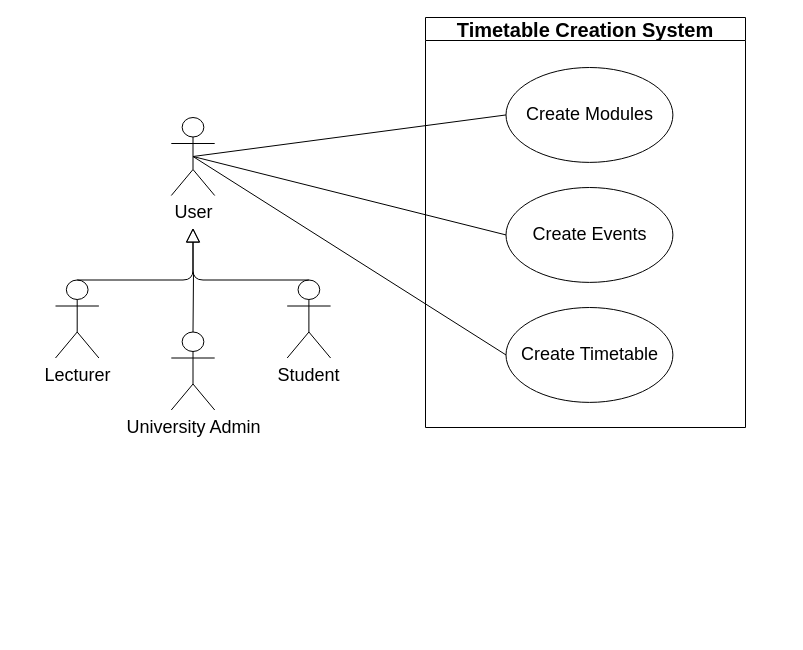
The draw.io diagram page "Timetable Creation System" (3 of 12) of docs/diagrams/requirements/Requirements.drawio in COS301-SE-2026/UMTAS, before the edit. Source tidied: cells renumbered, new cells numbered last; positions are measured from the earlier drawing's top-left corner, leaving out a move shared by most shapes. Both pictures are drawn from the tidied source at 100%, with x=0, y=0 at pixel (55, 17).
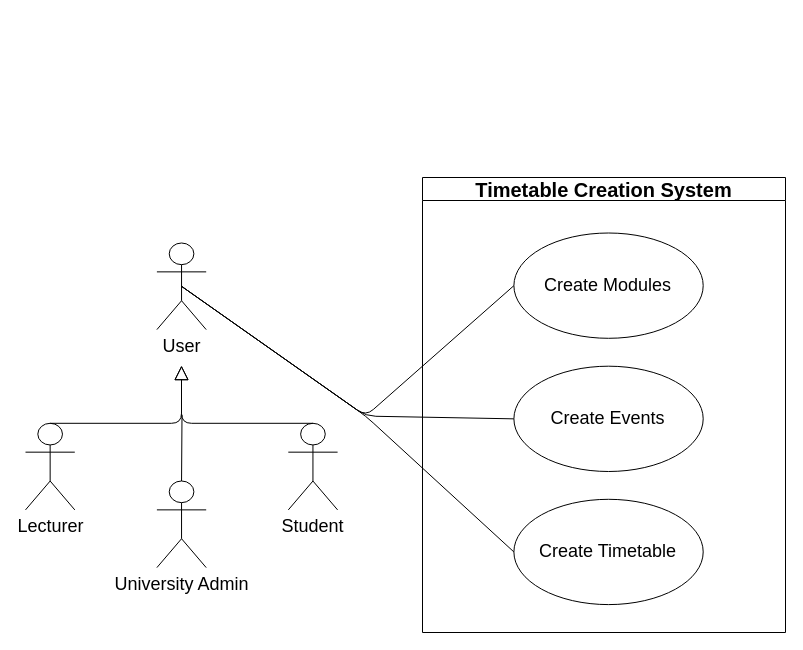
Above is the later version.

Diff of the diagram source:
```diff
@@
-    <mxCell id="2" style="group;" parent="1" vertex="1">
-      <mxGeometry width="690" height="410" as="geometry" />
-    </mxCell>
+    <mxCell id="17" style="group;" parent="1" vertex="1">
+      <mxGeometry x="-30" y="160" width="760" height="455" as="geometry" />
+    </mxCell>
-    <mxCell id="3" value="&lt;font style=&quot;font-size: 20px;&quot;&gt;Timetable Creation System&lt;/font&gt;" style="swimlane;whiteSpace=wrap;html=1;" parent="2" vertex="1">
-      <mxGeometry x="370" width="320" height="410" as="geometry" />
+    <mxCell id="3" value="&lt;font style=&quot;font-size: 20px;&quot;&gt;Timetable Creation System&lt;/font&gt;" style="swimlane;whiteSpace=wrap;html=1;" parent="17" vertex="1">
+      <mxGeometry x="397" width="363" height="455" as="geometry" />
     </mxCell>
-    <mxCell id="4" value="&lt;font style=&quot;font-size: 18px;&quot;&gt;Create Modules&lt;/font&gt;" style="ellipse;whiteSpace=wrap;html=1;" parent="3" vertex="1">
-      <mxGeometry x="80.5" y="50" width="166.9" height="94.9" as="geometry" />
-    </mxCell>
-    <mxCell id="5" value="&lt;font style=&quot;font-size: 18px;&quot;&gt;Create Timetable&lt;/font&gt;" style="ellipse;whiteSpace=wrap;html=1;" parent="3" vertex="1">
-      <mxGeometry x="80.5" y="290" width="166.9" height="94.9" as="geometry" />
-    </mxCell>
-    <mxCell id="6" value="&lt;font style=&quot;font-size: 18px;&quot;&gt;Create Events&lt;/font&gt;" style="ellipse;whiteSpace=wrap;html=1;" parent="3" vertex="1">
-      <mxGeometry x="80.5" y="170" width="166.9" height="94.9" as="geometry" />
-    </mxCell>
-    <mxCell id="7" style="endArrow=none;html=1;exitX=0.5;exitY=0.5;exitDx=0;exitDy=0;exitPerimeter=0;entryX=0;entryY=0.5;entryDx=0;entryDy=0;" parent="2" edge="1" source="9" target="5">
-      <mxGeometry relative="1" as="geometry" />
+    <mxCell id="7" style="endArrow=none;html=1;exitX=0.5;exitY=0.5;exitDx=0;exitDy=0;exitPerimeter=0;entryX=0;entryY=0.5;entryDx=0;entryDy=0;" parent="17" edge="1" source="9" target="5">
+      <mxGeometry relative="1" as="geometry">
+        <Array as="points">
+          <mxPoint x="340.3" y="238.6" />
+        </Array>
+      </mxGeometry>
     </mxCell>
-    <mxCell id="8" style="endArrow=none;html=1;exitX=0.5;exitY=0;exitDx=0;exitDy=0;exitPerimeter=0;" parent="2" edge="1" source="11">
+    <mxCell id="8" style="endArrow=none;html=1;exitX=0.5;exitY=0;exitDx=0;exitDy=0;exitPerimeter=0;" parent="17" edge="1" source="11">
       <mxGeometry relative="1" as="geometry">
-        <mxPoint x="138" y="255.1" as="targetPoint" />
+        <mxPoint x="156.5" y="237.6" as="targetPoint" />
       </mxGeometry>
     </mxCell>
-    <mxCell id="9" value="&lt;font style=&quot;font-size: 18px;&quot;&gt;User&lt;/font&gt;" style="shape=umlActor;verticalLabelPosition=bottom;verticalAlign=top;html=1;outlineConnect=0;" parent="2" vertex="1">
-      <mxGeometry x="115.8" y="100" width="43.4" height="78" as="geometry" />
+    <mxCell id="9" value="&lt;font style=&quot;font-size: 18px;&quot;&gt;User&lt;/font&gt;" style="shape=umlActor;verticalLabelPosition=bottom;verticalAlign=top;html=1;outlineConnect=0;" parent="17" vertex="1">
+      <mxGeometry x="131.4" y="65.5" width="49.3" height="86.6" as="geometry" />
     </mxCell>
-    <mxCell id="10" value="&lt;font style=&quot;font-size: 18px;&quot;&gt;Lecturer&lt;/font&gt;" style="shape=umlActor;verticalLabelPosition=bottom;verticalAlign=top;html=1;outlineConnect=0;" parent="2" vertex="1">
-      <mxGeometry y="262.5" width="43.4" height="78" as="geometry" />
+    <mxCell id="10" value="&lt;font style=&quot;font-size: 18px;&quot;&gt;Lecturer&lt;/font&gt;" style="shape=umlActor;verticalLabelPosition=bottom;verticalAlign=top;html=1;outlineConnect=0;" parent="17" vertex="1">
+      <mxGeometry y="245.8" width="49.3" height="86.6" as="geometry" />
     </mxCell>
-    <mxCell id="11" value="&lt;font style=&quot;font-size: 18px;&quot;&gt;University Admin&lt;/font&gt;" style="shape=umlActor;verticalLabelPosition=bottom;verticalAlign=top;html=1;outlineConnect=0;" parent="2" vertex="1">
-      <mxGeometry x="115.8" y="314.5" width="43.4" height="78" as="geometry" />
+    <mxCell id="11" value="&lt;font style=&quot;font-size: 18px;&quot;&gt;University Admin&lt;/font&gt;" style="shape=umlActor;verticalLabelPosition=bottom;verticalAlign=top;html=1;outlineConnect=0;" parent="17" vertex="1">
+      <mxGeometry x="131.4" y="303.5" width="49.3" height="86.6" as="geometry" />
     </mxCell>
-    <mxCell id="12" value="&lt;font style=&quot;font-size: 18px;&quot;&gt;Student&lt;/font&gt;" style="shape=umlActor;verticalLabelPosition=bottom;verticalAlign=top;html=1;outlineConnect=0;" parent="2" vertex="1">
-      <mxGeometry x="231.7" y="262.5" width="43.4" height="78" as="geometry" />
+    <mxCell id="12" value="&lt;font style=&quot;font-size: 18px;&quot;&gt;Student&lt;/font&gt;" style="shape=umlActor;verticalLabelPosition=bottom;verticalAlign=top;html=1;outlineConnect=0;" parent="17" vertex="1">
+      <mxGeometry x="262.8" y="245.8" width="49.3" height="86.6" as="geometry" />
     </mxCell>
-    <mxCell id="13" style="edgeStyle=none;html=1;endSize=12;endArrow=block;endFill=0;exitX=0.5;exitY=0;exitDx=0;exitDy=0;exitPerimeter=0;" parent="2" edge="1" source="10">
+    <mxCell id="13" style="edgeStyle=none;html=1;endSize=12;endArrow=block;endFill=0;exitX=0.5;exitY=0;exitDx=0;exitDy=0;exitPerimeter=0;" parent="17" edge="1" source="10">
       <mxGeometry relative="1" as="geometry">
-        <mxPoint x="137.5" y="210.5" as="targetPoint" />
+        <mxPoint x="156" y="188.1" as="targetPoint" />
         <Array as="points">
-          <mxPoint x="137.5" y="262.5" />
+          <mxPoint x="156" y="245.8" />
         </Array>
       </mxGeometry>
     </mxCell>
-    <mxCell id="14" style="edgeStyle=none;html=1;endSize=12;endArrow=block;endFill=0;exitX=0.5;exitY=0;exitDx=0;exitDy=0;exitPerimeter=0;" parent="2" edge="1" source="12">
+    <mxCell id="14" style="edgeStyle=none;html=1;endSize=12;endArrow=block;endFill=0;exitX=0.5;exitY=0;exitDx=0;exitDy=0;exitPerimeter=0;" parent="17" edge="1" source="12">
       <mxGeometry relative="1" as="geometry">
-        <mxPoint x="137.5" y="210.5" as="targetPoint" />
+        <mxPoint x="156" y="188.1" as="targetPoint" />
         <Array as="points">
-          <mxPoint x="137.5" y="262.5" />
+          <mxPoint x="156" y="245.8" />
         </Array>
       </mxGeometry>
     </mxCell>
-    <mxCell id="15" style="endArrow=none;html=1;exitX=0.5;exitY=0.5;exitDx=0;exitDy=0;exitPerimeter=0;entryX=0;entryY=0.5;entryDx=0;entryDy=0;" parent="2" edge="1" source="9" target="6">
-      <mxGeometry relative="1" as="geometry" />
+    <mxCell id="15" style="endArrow=none;html=1;exitX=0.5;exitY=0.5;exitDx=0;exitDy=0;exitPerimeter=0;entryX=0;entryY=0.5;entryDx=0;entryDy=0;" parent="17" edge="1" source="9" target="6">
+      <mxGeometry relative="1" as="geometry">
+        <Array as="points">
+          <mxPoint x="340.3" y="238.6" />
+        </Array>
+      </mxGeometry>
     </mxCell>
-    <mxCell id="16" style="endArrow=none;html=1;exitX=0.5;exitY=0.5;exitDx=0;exitDy=0;exitPerimeter=0;entryX=0;entryY=0.5;entryDx=0;entryDy=0;" parent="2" edge="1" source="9" target="4">
-      <mxGeometry relative="1" as="geometry" />
+    <mxCell id="16" style="endArrow=none;html=1;exitX=0.5;exitY=0.5;exitDx=0;exitDy=0;exitPerimeter=0;entryX=0;entryY=0.5;entryDx=0;entryDy=0;" parent="17" edge="1" source="9" target="4">
+      <mxGeometry relative="1" as="geometry">
+        <Array as="points">
+          <mxPoint x="340.3" y="238.6" />
+        </Array>
+      </mxGeometry>
     </mxCell>
+    <mxCell id="4" value="&lt;font style=&quot;font-size: 18px;&quot;&gt;Create Modules&lt;/font&gt;" style="ellipse;whiteSpace=wrap;html=1;" parent="17" vertex="1">
+      <mxGeometry x="488.4" y="55.5" width="189.3" height="105.3" as="geometry" />
+    </mxCell>
+    <mxCell id="5" value="&lt;font style=&quot;font-size: 18px;&quot;&gt;Create Timetable&lt;/font&gt;" style="ellipse;whiteSpace=wrap;html=1;" parent="17" vertex="1">
+      <mxGeometry x="488.4" y="321.8" width="189.3" height="105.3" as="geometry" />
+    </mxCell>
+    <mxCell id="6" value="&lt;font style=&quot;font-size: 18px;&quot;&gt;Create Events&lt;/font&gt;" style="ellipse;whiteSpace=wrap;html=1;" parent="17" vertex="1">
+      <mxGeometry x="488.4" y="188.7" width="189.3" height="105.3" as="geometry" />
+    </mxCell>
```
